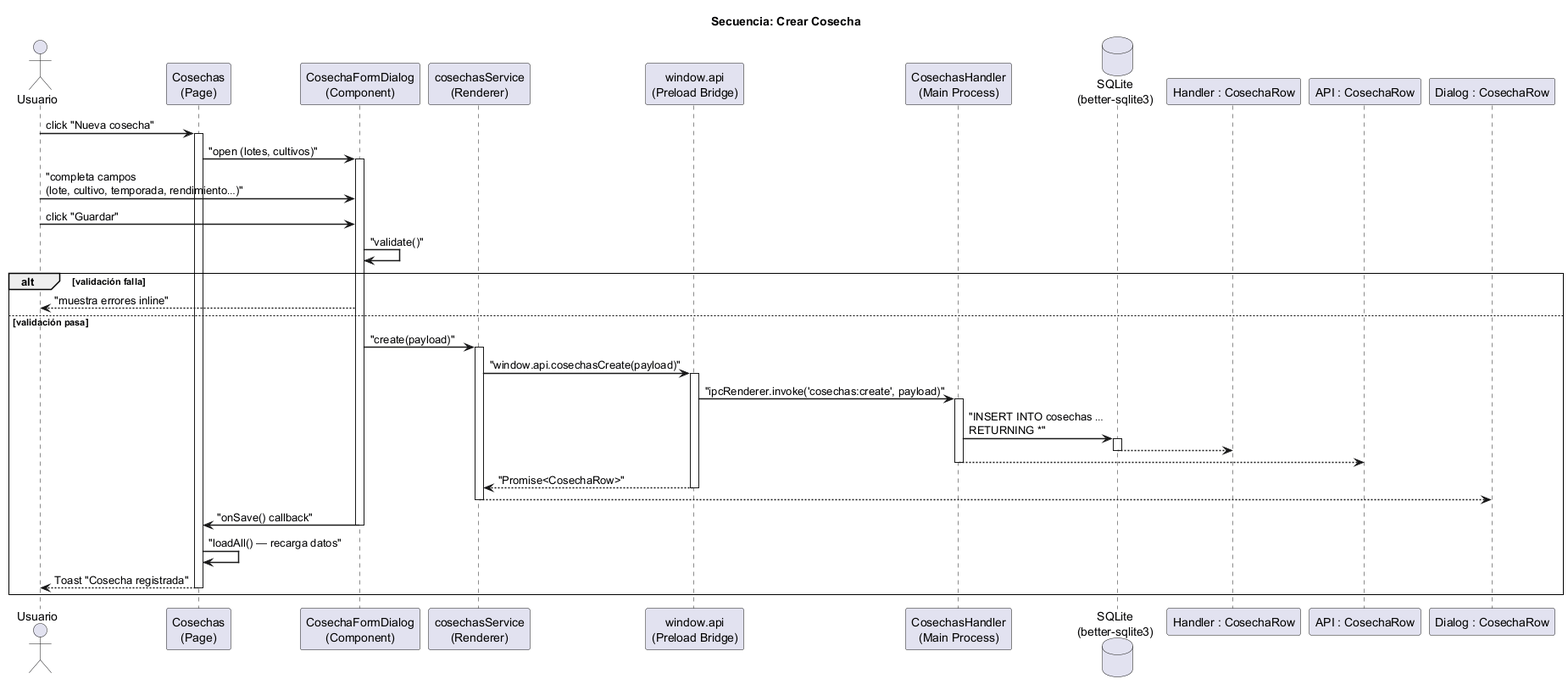
Above: docs/diagrams/render/sequence-crear-cosecha.png in punteroo/agro-don-felix (PlantUML), before the change.
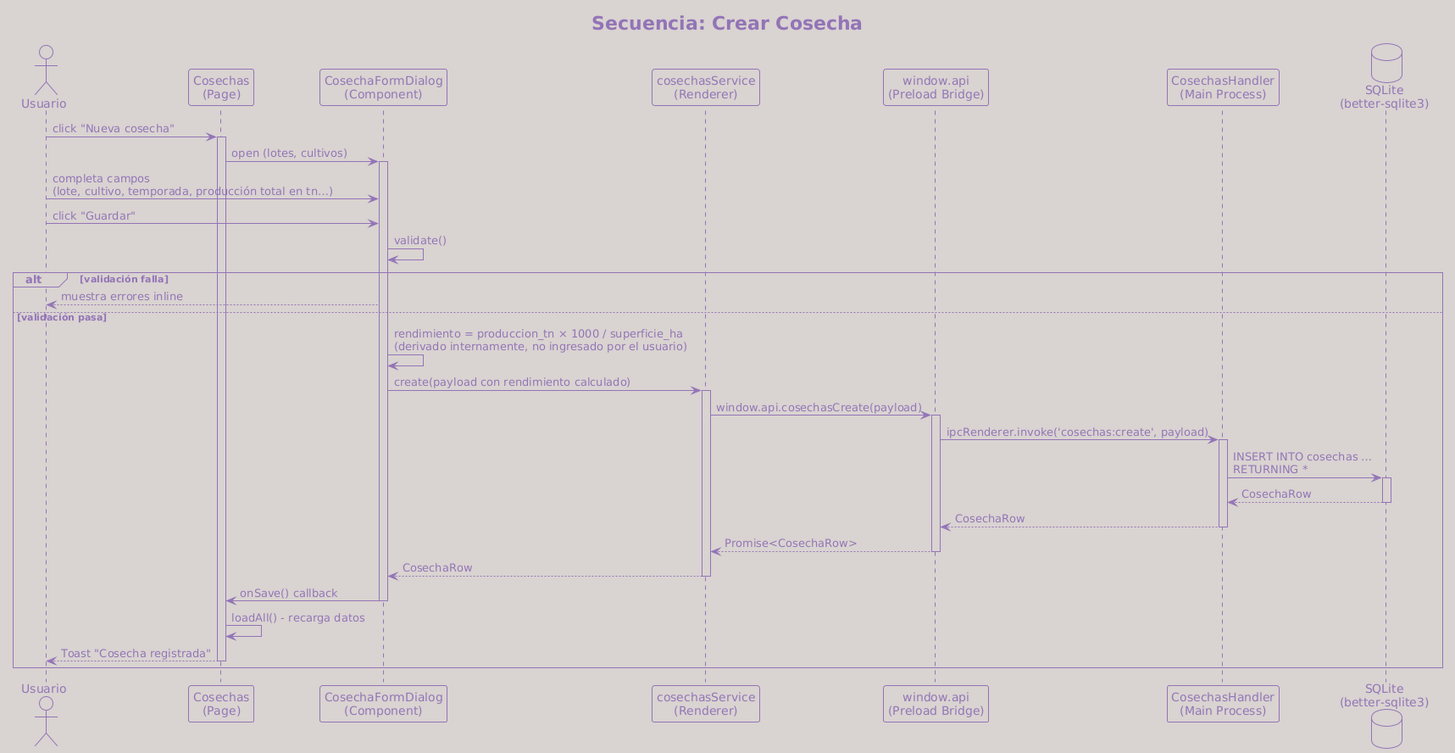
Above is the later version.

The edit, as a diff of the source:
```diff
@@ -1,9 +1,11 @@
-@startuml sequence-crear-cosecha
-title "Secuencia: Crear Cosecha"
+@startuml
+title Secuencia: Crear Cosecha
 
 skinparam sequenceArrowThickness 1.5
 skinparam sequenceGroupBorderThickness 1
 skinparam shadowing false
+
+!theme mimeograph
 
 actor Usuario as U
 participant "Cosechas\n(Page)" as Page
@@ -16,45 +18,46 @@
 U -> Page : click "Nueva cosecha"
 activate Page
 
-Page -> Dialog: "open (lotes, cultivos)"
+Page -> Dialog : open (lotes, cultivos)
 activate Dialog
 
-U -> Dialog: "completa campos\n(lote, cultivo, temporada, rendimiento…)"
+U -> Dialog : completa campos\n(lote, cultivo, temporada, producción total en tn…)
 U -> Dialog : click "Guardar"
 
-Dialog -> Dialog: "validate()"
+Dialog -> Dialog : validate()
 alt validación falla
-  Dialog --> U: "muestra errores inline"
+  Dialog --> U : muestra errores inline
 else validación pasa
-  Dialog -> Svc: "create(payload)"
+  Dialog -> Dialog : rendimiento = produccion_tn × 1000 / superficie_ha\n(derivado internamente, no ingresado por el usuario)
+
+  Dialog -> Svc : create(payload con rendimiento calculado)
   activate Svc
 
-  Svc -> API: "window.api.cosechasCreate(payload)"
+  Svc -> API : window.api.cosechasCreate(payload)
   activate API
 
-  API -> Handler: "ipcRenderer.invoke('cosechas:create', payload)"
+  API -> Handler : ipcRenderer.invoke('cosechas:create', payload)
   activate Handler
 
-  Handler -> DB: "INSERT INTO cosechas …\nRETURNING *"
+  Handler -> DB : INSERT INTO cosechas …\nRETURNING *
   activate DB
-  DB --> "Handler : CosechaRow"
+  DB --> Handler : CosechaRow
   deactivate DB
 
-  Handler --> "API : CosechaRow"
+  Handler --> API : CosechaRow
   deactivate Handler
 
-  API --> Svc: "Promise<CosechaRow>"
+  API --> Svc : Promise<CosechaRow>
   deactivate API
 
-  Svc --> "Dialog : CosechaRow"
+  Svc --> Dialog : CosechaRow
   deactivate Svc
 
-  Dialog -> Page: "onSave() callback"
+  Dialog -> Page : onSave() callback
   deactivate Dialog
 
-  Page -> Page: "loadAll() — recarga datos"
+  Page -> Page : loadAll() - recarga datos
   Page --> U : Toast "Cosecha registrada"
   deactivate Page
 end
-
 @enduml
```
